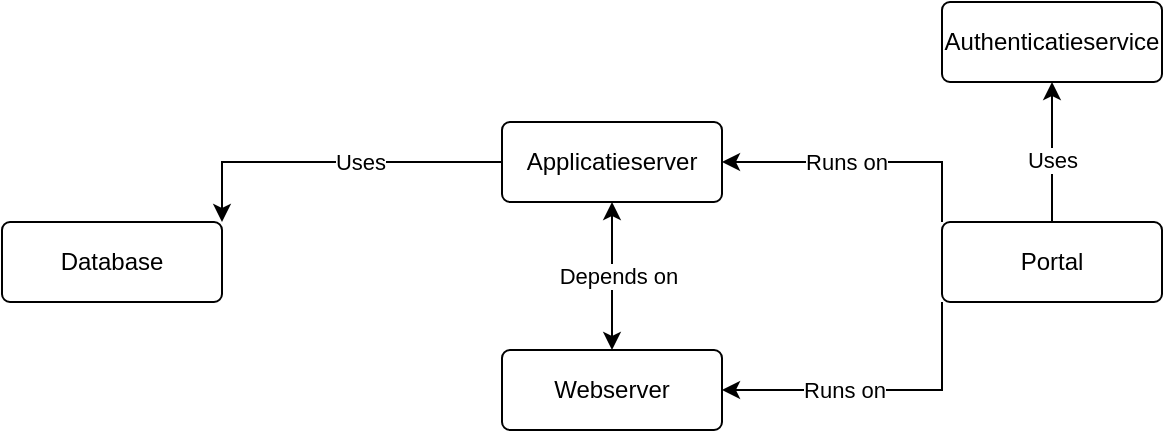
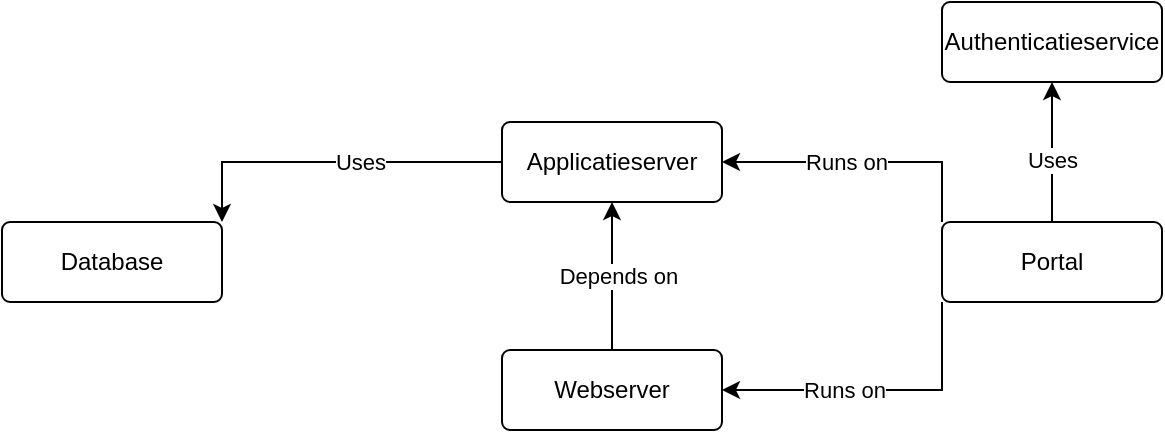
<mxfile host="app.diagrams.net">
  <diagram name="Pagina-1" id="yVWid4ZW9Mo8Y9H_L4QO">
    <mxGraphModel dx="1414" dy="813" grid="1" gridSize="10" guides="1" tooltips="1" connect="1" arrows="1" fold="1" page="1" pageScale="1" pageWidth="1169" pageHeight="827" math="0" shadow="0">
      <root>
        <mxCell id="0" />
        <mxCell id="1" parent="0" />
-         <mxCell id="CXejNOelu1BGChYvx4y1-4" edge="1" parent="1" source="90CfwfbygHwsZxjF5D7Q-1" style="edgeStyle=orthogonalEdgeStyle;rounded=0;orthogonalLoop=1;jettySize=auto;html=1;entryX=0.5;entryY=1;entryDx=0;entryDy=0;startArrow=classic;startFill=1;" target="90CfwfbygHwsZxjF5D7Q-4">
+         <mxCell id="CXejNOelu1BGChYvx4y1-4" edge="1" parent="1" source="90CfwfbygHwsZxjF5D7Q-1" style="edgeStyle=orthogonalEdgeStyle;rounded=0;orthogonalLoop=1;jettySize=auto;html=1;entryX=0.5;entryY=1;entryDx=0;entryDy=0;startArrow=none;startFill=0;" target="90CfwfbygHwsZxjF5D7Q-4">
          <mxGeometry relative="1" as="geometry" />
        </mxCell>
        <mxCell id="CXejNOelu1BGChYvx4y1-5" connectable="0" parent="CXejNOelu1BGChYvx4y1-4" style="edgeLabel;html=1;align=center;verticalAlign=middle;resizable=0;points=[];" value="Depends on" vertex="1">
          <mxGeometry relative="1" y="-3" as="geometry">
            <mxPoint as="offset" />
          </mxGeometry>
        </mxCell>
        <mxCell id="90CfwfbygHwsZxjF5D7Q-1" parent="1" style="rounded=1;arcSize=10;whiteSpace=wrap;html=1;align=center;" value="Webserver" vertex="1">
          <mxGeometry height="40" width="110" x="370" y="394" as="geometry" />
        </mxCell>
        <mxCell id="90CfwfbygHwsZxjF5D7Q-9" edge="1" parent="1" source="90CfwfbygHwsZxjF5D7Q-2" style="edgeStyle=orthogonalEdgeStyle;rounded=0;orthogonalLoop=1;jettySize=auto;html=1;exitX=1;exitY=0;exitDx=0;exitDy=0;entryX=0;entryY=0.5;entryDx=0;entryDy=0;startArrow=classic;startFill=1;endArrow=none;endFill=0;" target="90CfwfbygHwsZxjF5D7Q-4">
          <mxGeometry relative="1" as="geometry" />
        </mxCell>
        <mxCell id="90CfwfbygHwsZxjF5D7Q-26" connectable="0" parent="90CfwfbygHwsZxjF5D7Q-9" style="edgeLabel;html=1;align=center;verticalAlign=middle;resizable=0;points=[];" value="Uses" vertex="1">
          <mxGeometry relative="1" x="0.16" y="-2" as="geometry">
            <mxPoint y="-2" as="offset" />
          </mxGeometry>
        </mxCell>
        <mxCell id="90CfwfbygHwsZxjF5D7Q-2" parent="1" style="rounded=1;arcSize=10;whiteSpace=wrap;html=1;align=center;" value="Database" vertex="1">
          <mxGeometry height="40" width="110" x="120" y="330" as="geometry" />
        </mxCell>
        <mxCell id="90CfwfbygHwsZxjF5D7Q-24" edge="1" parent="1" source="90CfwfbygHwsZxjF5D7Q-3" style="edgeStyle=orthogonalEdgeStyle;rounded=0;orthogonalLoop=1;jettySize=auto;html=1;entryX=0.5;entryY=0;entryDx=0;entryDy=0;startArrow=classic;startFill=1;endArrow=none;endFill=0;" target="90CfwfbygHwsZxjF5D7Q-5">
          <mxGeometry relative="1" as="geometry" />
        </mxCell>
        <mxCell id="90CfwfbygHwsZxjF5D7Q-25" connectable="0" parent="90CfwfbygHwsZxjF5D7Q-24" style="edgeLabel;html=1;align=center;verticalAlign=middle;resizable=0;points=[];" value="&lt;div&gt;Uses&lt;/div&gt;" vertex="1">
          <mxGeometry relative="1" x="0.1143" as="geometry">
            <mxPoint as="offset" />
          </mxGeometry>
        </mxCell>
        <mxCell id="90CfwfbygHwsZxjF5D7Q-3" parent="1" style="rounded=1;arcSize=10;whiteSpace=wrap;html=1;align=center;" value="Authenticatieservice" vertex="1">
          <mxGeometry height="40" width="110" x="590" y="220" as="geometry" />
        </mxCell>
        <mxCell id="90CfwfbygHwsZxjF5D7Q-4" parent="1" style="rounded=1;arcSize=10;whiteSpace=wrap;html=1;align=center;" value="Applicatieserver" vertex="1">
          <mxGeometry height="40" width="110" x="370" y="280" as="geometry" />
        </mxCell>
        <mxCell id="90CfwfbygHwsZxjF5D7Q-7" edge="1" parent="1" source="90CfwfbygHwsZxjF5D7Q-5" style="edgeStyle=orthogonalEdgeStyle;rounded=0;orthogonalLoop=1;jettySize=auto;html=1;exitX=0;exitY=1;exitDx=0;exitDy=0;entryX=1;entryY=0.5;entryDx=0;entryDy=0;startArrow=none;startFill=0;" target="90CfwfbygHwsZxjF5D7Q-1">
          <mxGeometry relative="1" as="geometry" />
        </mxCell>
        <mxCell id="90CfwfbygHwsZxjF5D7Q-20" connectable="0" parent="90CfwfbygHwsZxjF5D7Q-7" style="edgeLabel;html=1;align=center;verticalAlign=middle;resizable=0;points=[];" value="&lt;div&gt;Runs on&lt;/div&gt;" vertex="1">
          <mxGeometry relative="1" x="-0.2632" y="3" as="geometry">
            <mxPoint x="-37" y="-3" as="offset" />
          </mxGeometry>
        </mxCell>
        <mxCell id="90CfwfbygHwsZxjF5D7Q-8" edge="1" parent="1" source="90CfwfbygHwsZxjF5D7Q-5" style="edgeStyle=orthogonalEdgeStyle;rounded=0;orthogonalLoop=1;jettySize=auto;html=1;exitX=0;exitY=0;exitDx=0;exitDy=0;entryX=1;entryY=0.5;entryDx=0;entryDy=0;startArrow=none;startFill=0;endArrow=classic;endFill=1;" target="90CfwfbygHwsZxjF5D7Q-4">
          <mxGeometry relative="1" as="geometry" />
        </mxCell>
        <mxCell id="90CfwfbygHwsZxjF5D7Q-21" connectable="0" parent="90CfwfbygHwsZxjF5D7Q-8" style="edgeLabel;html=1;align=center;verticalAlign=middle;resizable=0;points=[];" value="&lt;div&gt;Runs on&lt;/div&gt;" vertex="1">
          <mxGeometry relative="1" x="0.12" as="geometry">
            <mxPoint as="offset" />
          </mxGeometry>
        </mxCell>
        <mxCell id="90CfwfbygHwsZxjF5D7Q-5" parent="1" style="rounded=1;arcSize=10;whiteSpace=wrap;html=1;align=center;" value="&lt;div&gt;Portal&lt;/div&gt;" vertex="1">
          <mxGeometry height="40" width="110" x="590" y="330" as="geometry" />
        </mxCell>
      </root>
    </mxGraphModel>
  </diagram>
</mxfile>
